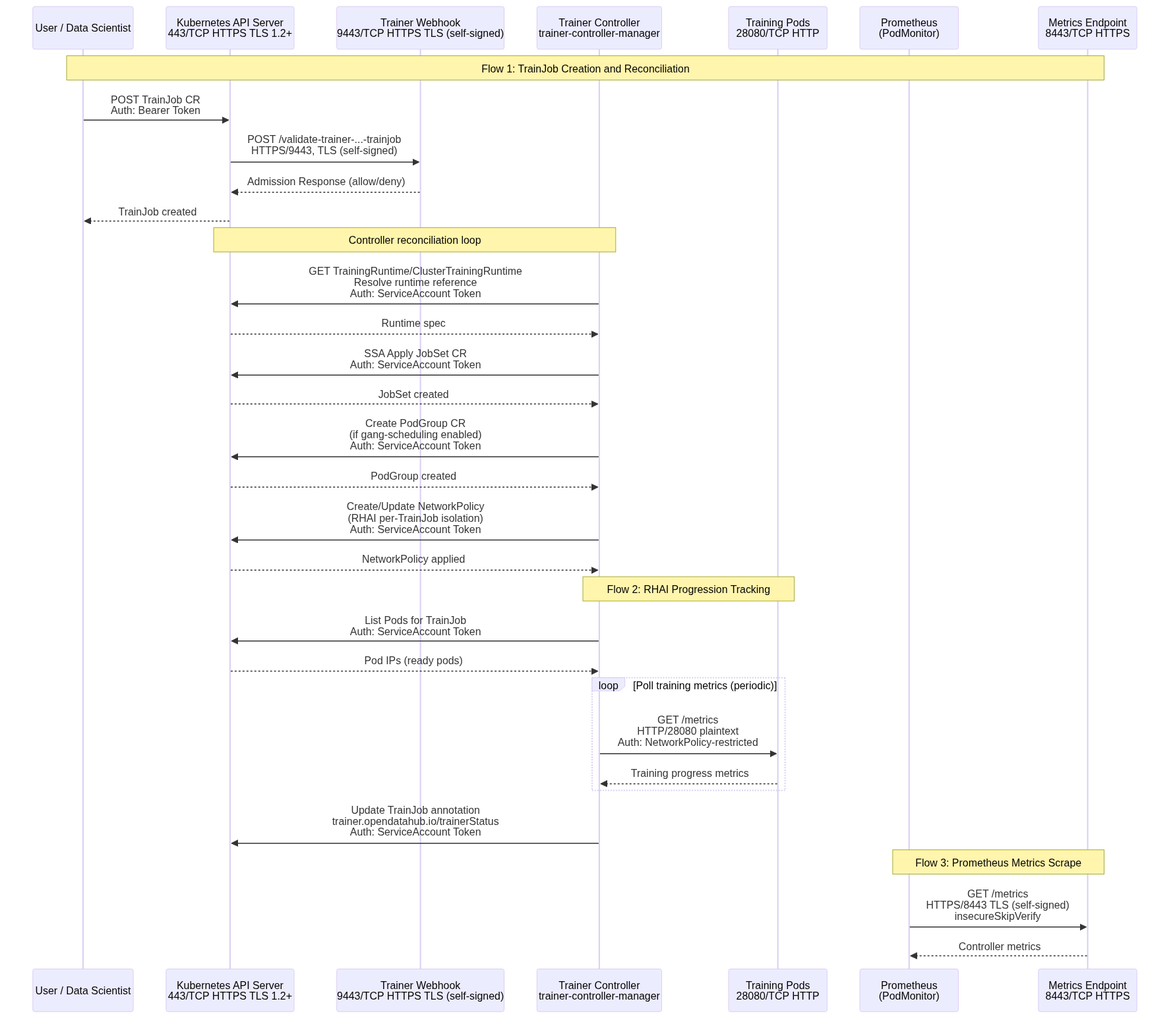
This is architecture/rhoai-3.4-ea.2/diagrams/trainer-dataflow.png from rhuss/architecture-context, a Mermaid export, as it was before one commit. Its source is kept beside it as architecture/rhoai-3.4-ea.2/diagrams/trainer-dataflow.mmd.
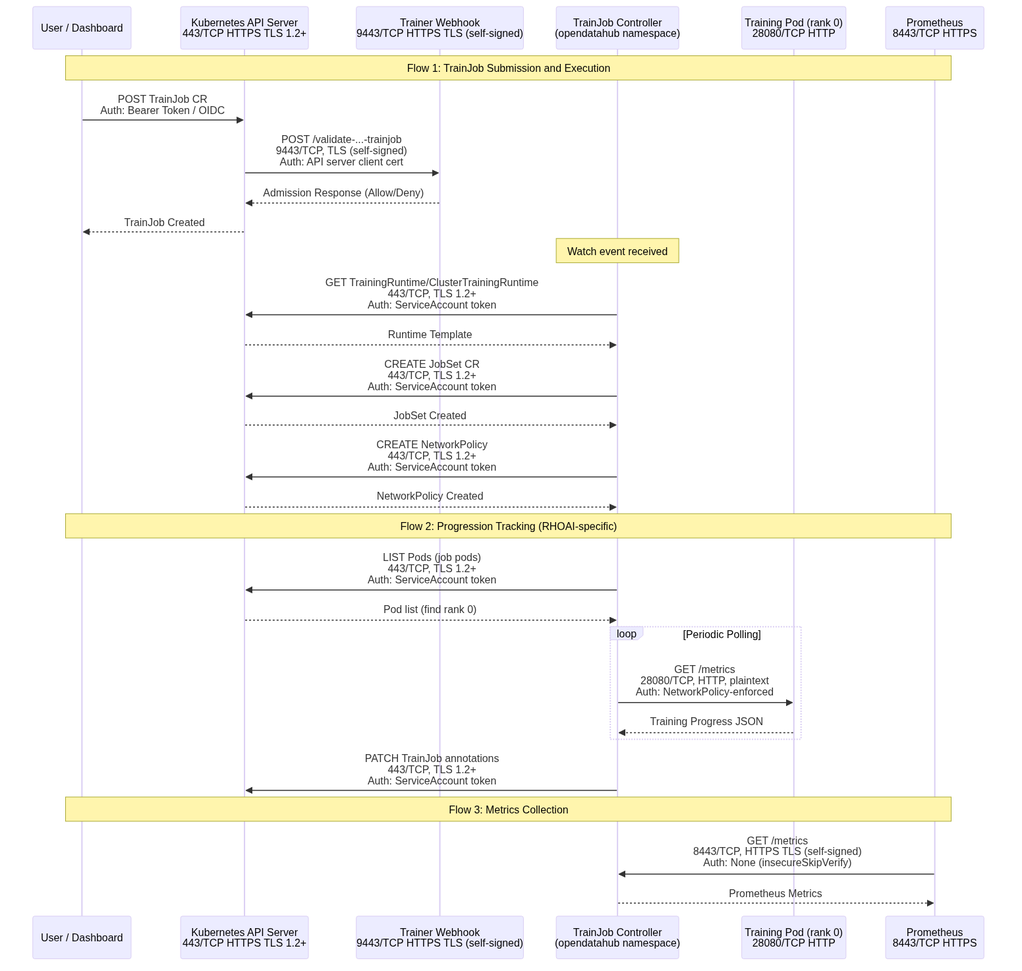
Above is the later version.

What changed in the source:
```diff
@@ -1,46 +1,43 @@
 
 sequenceDiagram
-    participant User as User / Data Scientist
+    participant User as User / Dashboard
     participant K8sAPI as Kubernetes API Server<br/>443/TCP HTTPS TLS 1.2+
     participant Webhook as Trainer Webhook<br/>9443/TCP HTTPS TLS (self-signed)
-    participant Controller as Trainer Controller<br/>trainer-controller-manager
-    participant TrainingPod as Training Pods<br/>28080/TCP HTTP
-    participant Prometheus as Prometheus<br/>(PodMonitor)
-    participant Metrics as Metrics Endpoint<br/>8443/TCP HTTPS
+    participant Controller as TrainJob Controller<br/>(opendatahub namespace)
+    participant TrainingPod as Training Pod (rank 0)<br/>28080/TCP HTTP
+    participant Prometheus as Prometheus<br/>8443/TCP HTTPS
 
-    Note over User,Metrics: Flow 1: TrainJob Creation and Reconciliation
+    Note over User,Prometheus: Flow 1: TrainJob Submission and Execution
 
-    User->>K8sAPI: POST TrainJob CR<br/>Auth: Bearer Token
-    K8sAPI->>Webhook: POST /validate-trainer-...-trainjob<br/>HTTPS/9443, TLS (self-signed)
-    Webhook-->>K8sAPI: Admission Response (allow/deny)
-    K8sAPI-->>User: TrainJob created
+    User->>K8sAPI: POST TrainJob CR<br/>Auth: Bearer Token / OIDC
+    K8sAPI->>Webhook: POST /validate-...-trainjob<br/>9443/TCP, TLS (self-signed)<br/>Auth: API server client cert
+    Webhook-->>K8sAPI: Admission Response (Allow/Deny)
+    K8sAPI-->>User: TrainJob Created
 
-    Note over Controller,K8sAPI: Controller reconciliation loop
-    Controller->>K8sAPI: GET TrainingRuntime/ClusterTrainingRuntime<br/>Resolve runtime reference<br/>Auth: ServiceAccount Token
-    K8sAPI-->>Controller: Runtime spec
+    Note over Controller: Watch event received
 
-    Controller->>K8sAPI: SSA Apply JobSet CR<br/>Auth: ServiceAccount Token
-    K8sAPI-->>Controller: JobSet created
+    Controller->>K8sAPI: GET TrainingRuntime/ClusterTrainingRuntime<br/>443/TCP, TLS 1.2+<br/>Auth: ServiceAccount token
+    K8sAPI-->>Controller: Runtime Template
 
-    Controller->>K8sAPI: Create PodGroup CR<br/>(if gang-scheduling enabled)<br/>Auth: ServiceAccount Token
-    K8sAPI-->>Controller: PodGroup created
+    Controller->>K8sAPI: CREATE JobSet CR<br/>443/TCP, TLS 1.2+<br/>Auth: ServiceAccount token
+    K8sAPI-->>Controller: JobSet Created
 
-    Controller->>K8sAPI: Create/Update NetworkPolicy<br/>(RHAI per-TrainJob isolation)<br/>Auth: ServiceAccount Token
-    K8sAPI-->>Controller: NetworkPolicy applied
+    Controller->>K8sAPI: CREATE NetworkPolicy<br/>443/TCP, TLS 1.2+<br/>Auth: ServiceAccount token
+    K8sAPI-->>Controller: NetworkPolicy Created
 
-    Note over Controller,TrainingPod: Flow 2: RHAI Progression Tracking
+    Note over User,Prometheus: Flow 2: Progression Tracking (RHOAI-specific)
 
-    Controller->>K8sAPI: List Pods for TrainJob<br/>Auth: ServiceAccount Token
-    K8sAPI-->>Controller: Pod IPs (ready pods)
+    Controller->>K8sAPI: LIST Pods (job pods)<br/>443/TCP, TLS 1.2+<br/>Auth: ServiceAccount token
+    K8sAPI-->>Controller: Pod list (find rank 0)
 
-    loop Poll training metrics (periodic)
-        Controller->>TrainingPod: GET /metrics<br/>HTTP/28080 plaintext<br/>Auth: NetworkPolicy-restricted
-        TrainingPod-->>Controller: Training progress metrics
+    loop Periodic Polling
+        Controller->>TrainingPod: GET /metrics<br/>28080/TCP, HTTP, plaintext<br/>Auth: NetworkPolicy-enforced
+        TrainingPod-->>Controller: Training Progress JSON
     end
 
-    Controller->>K8sAPI: Update TrainJob annotation<br/>trainer.opendatahub.io/trainerStatus<br/>Auth: ServiceAccount Token
+    Controller->>K8sAPI: PATCH TrainJob annotations<br/>443/TCP, TLS 1.2+<br/>Auth: ServiceAccount token
 
-    Note over Prometheus,Metrics: Flow 3: Prometheus Metrics Scrape
+    Note over User,Prometheus: Flow 3: Metrics Collection
 
-    Prometheus->>Metrics: GET /metrics<br/>HTTPS/8443 TLS (self-signed)<br/>insecureSkipVerify
-    Metrics-->>Prometheus: Controller metrics
+    Prometheus->>Controller: GET /metrics<br/>8443/TCP, HTTPS TLS (self-signed)<br/>Auth: None (insecureSkipVerify)
+    Controller-->>Prometheus: Prometheus Metrics
```
